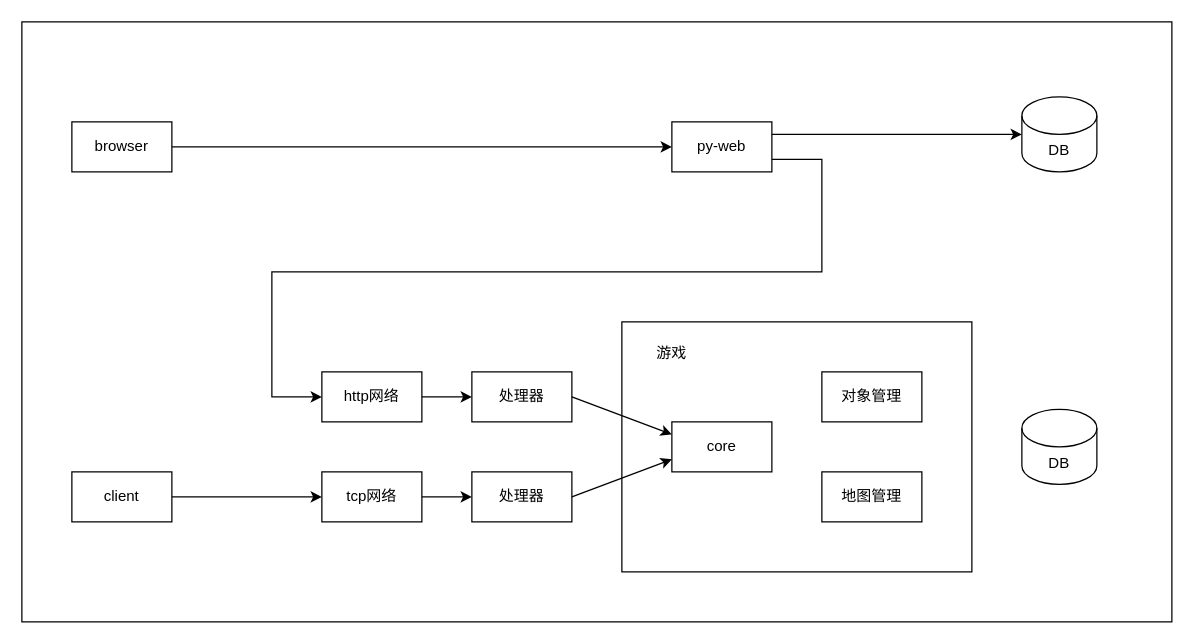
xujintao/balgass keeps this draw.io diagram as system.drawio. Above is the earlier version. Source tidied: cells renumbered, new cells numbered last; positions are measured from the earlier drawing's top-left corner, leaving out a move shared by most shapes. Both pictures are drawn from the tidied source at 125%, with x=0, y=0 at pixel (21, 21).
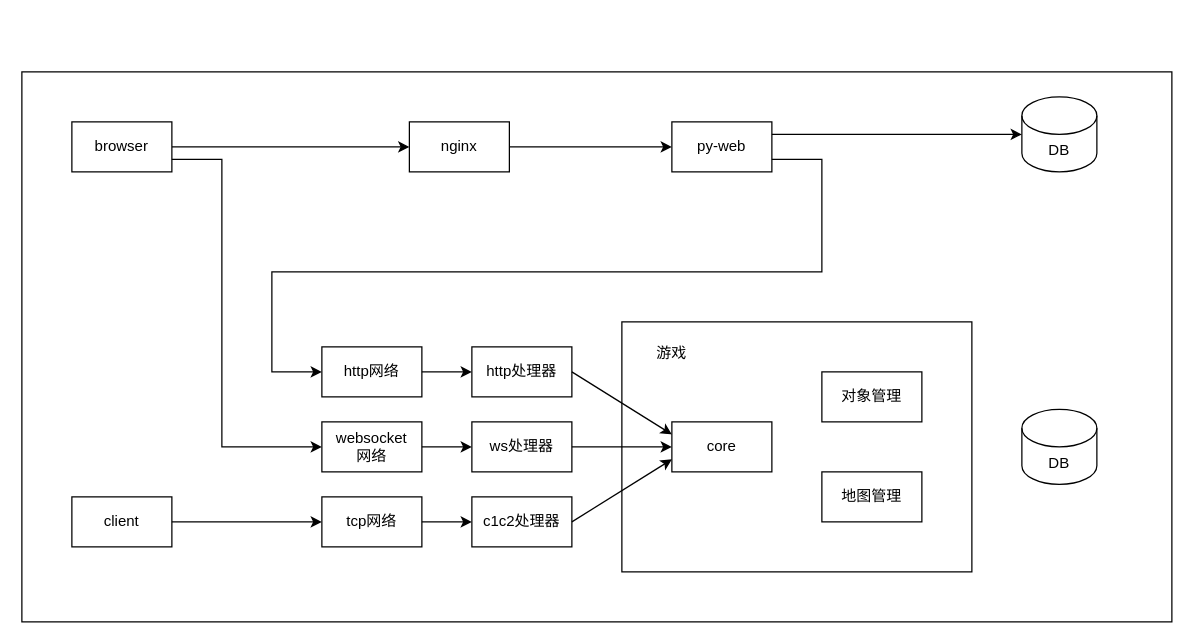
After the change.

Commit message (it also covers changes not shown here):
balgass/docs: update system architecture diagram

The change refers to these unchanged cells:
```xml
<mxCell id="6" value="core" style="rounded=0;whiteSpace=wrap;html=1;" parent="1" vertex="1">
  <mxGeometry x="520" y="320" width="80" height="40" as="geometry" />
</mxCell>
<mxCell id="16" value="py-web" style="rounded=0;whiteSpace=wrap;html=1;" parent="1" vertex="1">
  <mxGeometry x="520" y="80" width="80" height="40" as="geometry" />
</mxCell>
<mxCell id="21" value="browser" style="rounded=0;whiteSpace=wrap;html=1;" parent="1" vertex="1">
  <mxGeometry x="40" y="80" width="80" height="40" as="geometry" />
</mxCell>
```

Diff of the diagram source:
```diff
@@
-    <mxCell id="2" style="rounded=0;whiteSpace=wrap;html=1;" parent="1" vertex="1">
-      <mxGeometry width="920" height="480" as="geometry" />
-    </mxCell>
+    <mxCell id="25" style="rounded=0;whiteSpace=wrap;html=1;" parent="1" vertex="1">
+      <mxGeometry y="40" width="920" height="440" as="geometry" />
+    </mxCell>
@@
     <mxCell id="8" value="http网络" style="rounded=0;whiteSpace=wrap;html=1;" parent="1" vertex="1">
-      <mxGeometry x="240" y="280" width="80" height="40" as="geometry" />
+      <mxGeometry x="240" y="260" width="80" height="40" as="geometry" />
     </mxCell>
-    <mxCell id="9" value="处理器" style="rounded=0;whiteSpace=wrap;html=1;" parent="1" vertex="1">
-      <mxGeometry x="360" y="280" width="80" height="40" as="geometry" />
+    <mxCell id="9" value="http处理器" style="rounded=0;whiteSpace=wrap;html=1;" parent="1" vertex="1">
+      <mxGeometry x="360" y="260" width="80" height="40" as="geometry" />
     </mxCell>
     <mxCell id="10" value="tcp网络" style="rounded=0;whiteSpace=wrap;html=1;" parent="1" vertex="1">
-      <mxGeometry x="240" y="360" width="80" height="40" as="geometry" />
+      <mxGeometry x="240" y="380" width="80" height="40" as="geometry" />
     </mxCell>
-    <mxCell id="11" value="处理器" style="rounded=0;whiteSpace=wrap;html=1;" parent="1" vertex="1">
-      <mxGeometry x="360" y="360" width="80" height="40" as="geometry" />
+    <mxCell id="11" value="c1c2处理器" style="rounded=0;whiteSpace=wrap;html=1;" parent="1" vertex="1">
+      <mxGeometry x="360" y="380" width="80" height="40" as="geometry" />
     </mxCell>
@@
-    <mxCell id="19" style="endArrow=classic;html=1;rounded=0;exitX=1;exitY=0.5;exitDx=0;exitDy=0;entryX=0;entryY=0.5;entryDx=0;entryDy=0;" parent="1" edge="1" source="21" target="16">
+    <mxCell id="19" style="endArrow=classic;html=1;rounded=0;exitX=1;exitY=0.5;exitDx=0;exitDy=0;entryX=0;entryY=0.5;entryDx=0;entryDy=0;" parent="1" edge="1" source="21" target="31">
       <mxGeometry relative="1" as="geometry" />
     </mxCell>
     <mxCell id="20" value="client" style="rounded=0;whiteSpace=wrap;html=1;" parent="1" vertex="1">
-      <mxGeometry x="40" y="360" width="80" height="40" as="geometry" />
+      <mxGeometry x="40" y="380" width="80" height="40" as="geometry" />
     </mxCell>
@@
     <mxCell id="23" style="endArrow=classic;html=1;rounded=0;exitX=1;exitY=0.75;exitDx=0;exitDy=0;entryX=0;entryY=0.5;entryDx=0;entryDy=0;" parent="1" edge="1" source="16" target="8">
       <mxGeometry relative="1" as="geometry">
         <Array as="points">
           <mxPoint x="640" y="110" />
           <mxPoint x="640" y="200" />
           <mxPoint x="200" y="200" />
-          <mxPoint x="200" y="300" />
+          <mxPoint x="200" y="280" />
         </Array>
       </mxGeometry>
     </mxCell>
@@
+    <mxCell id="26" value="websocket&lt;br&gt;网络" style="rounded=0;whiteSpace=wrap;html=1;" parent="1" vertex="1">
+      <mxGeometry x="240" y="320" width="80" height="40" as="geometry" />
+    </mxCell>
+    <mxCell id="27" value="ws处理器" style="rounded=0;whiteSpace=wrap;html=1;" parent="1" vertex="1">
+      <mxGeometry x="360" y="320" width="80" height="40" as="geometry" />
+    </mxCell>
+    <mxCell id="28" style="endArrow=classic;html=1;rounded=0;exitX=1;exitY=0.5;exitDx=0;exitDy=0;entryX=0;entryY=0.5;entryDx=0;entryDy=0;" parent="1" edge="1" source="26" target="27">
+      <mxGeometry relative="1" as="geometry" />
+    </mxCell>
+    <mxCell id="29" style="endArrow=classic;html=1;rounded=0;exitX=1;exitY=0.5;exitDx=0;exitDy=0;entryX=0;entryY=0.5;entryDx=0;entryDy=0;" parent="1" edge="1" source="27" target="6">
+      <mxGeometry relative="1" as="geometry" />
+    </mxCell>
+    <mxCell id="30" style="endArrow=classic;html=1;rounded=0;entryX=0;entryY=0.5;entryDx=0;entryDy=0;exitX=1;exitY=0.75;exitDx=0;exitDy=0;" parent="1" edge="1" source="21" target="26">
+      <mxGeometry relative="1" as="geometry">
+        <Array as="points">
+          <mxPoint x="160" y="110" />
+          <mxPoint x="160" y="340" />
+        </Array>
+      </mxGeometry>
+    </mxCell>
+    <mxCell id="31" value="nginx" style="rounded=0;whiteSpace=wrap;html=1;" parent="1" vertex="1">
+      <mxGeometry x="310" y="80" width="80" height="40" as="geometry" />
+    </mxCell>
+    <mxCell id="32" style="endArrow=classic;html=1;rounded=0;exitX=1;exitY=0.5;exitDx=0;exitDy=0;entryX=0;entryY=0.5;entryDx=0;entryDy=0;" parent="1" edge="1" source="31" target="16">
+      <mxGeometry relative="1" as="geometry" />
+    </mxCell>
```
